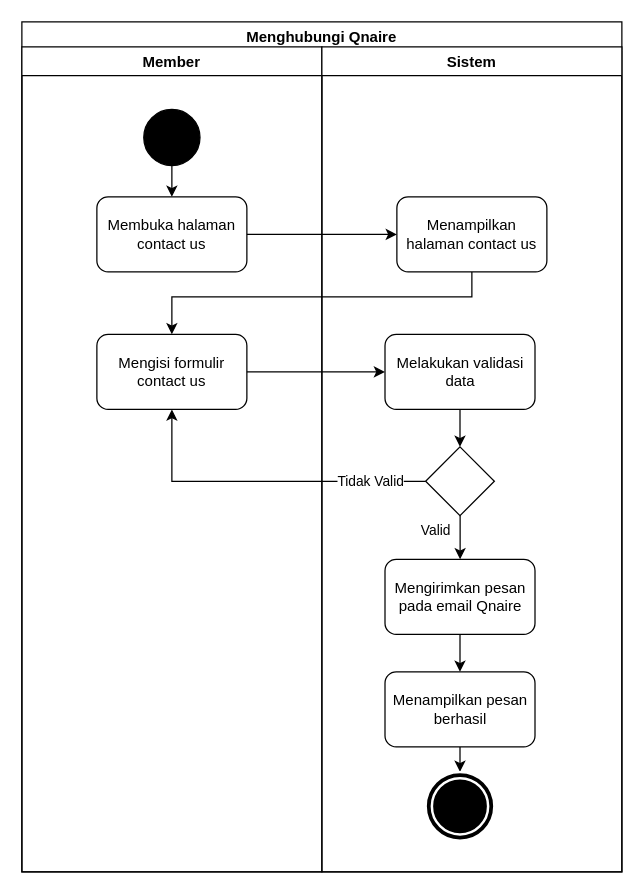
The draw.io diagram Diagram/Activity Diagram/2. contact qnaire.drawio in techie-jhs/thesis, before the edit. Source tidied: cells renumbered, new cells numbered last; positions are measured from the earlier drawing's top-left corner, leaving out a move shared by most shapes. Both pictures are drawn from the tidied source at 125%, with x=0, y=0 at pixel (21, 21).
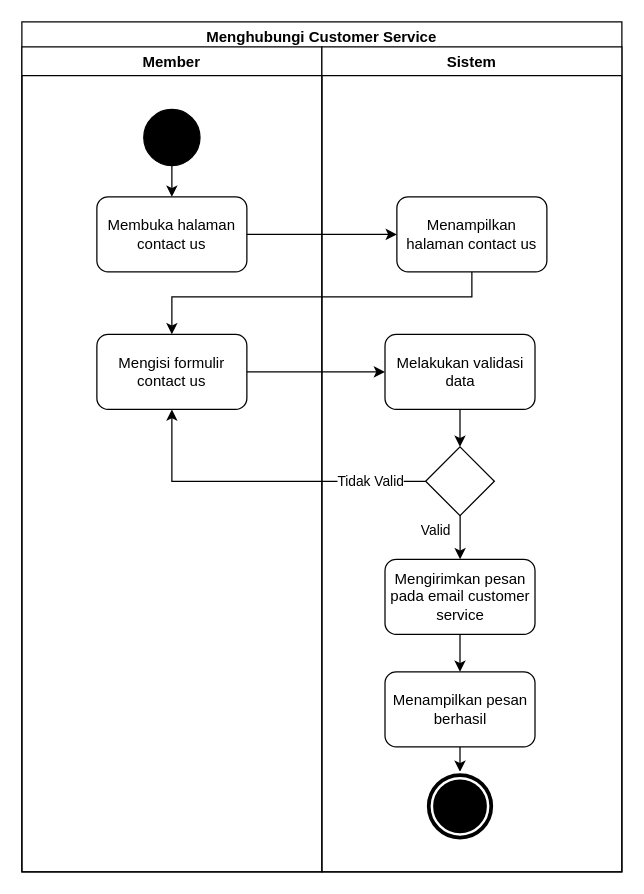
The same diagram, later.

The change refers to these unchanged cells:
```xml
<mxCell id="7" value="Sistem" style="swimlane;" parent="2" vertex="1">
  <mxGeometry x="240" y="20" width="240" height="660" as="geometry" />
</mxCell>
```

Diff of the diagram source:
```diff
@@
-    <mxCell id="2" value="Menghubungi Qnaire" style="swimlane;fillColor=none;" parent="1" vertex="1">
+    <mxCell id="2" value="Menghubungi Customer Service" style="swimlane;fillColor=none;" parent="1" vertex="1">
       <mxGeometry width="480" height="680" as="geometry" />
     </mxCell>
@@
-    <mxCell id="15" value="Mengirimkan pesan pada email Qnaire" style="rounded=1;whiteSpace=wrap;html=1;fillColor=none;" parent="7" vertex="1">
+    <mxCell id="15" value="Mengirimkan pesan pada email customer service" style="rounded=1;whiteSpace=wrap;html=1;fillColor=none;" parent="7" vertex="1">
       <mxGeometry x="50.5" y="410" width="120" height="60" as="geometry" />
     </mxCell>
```
